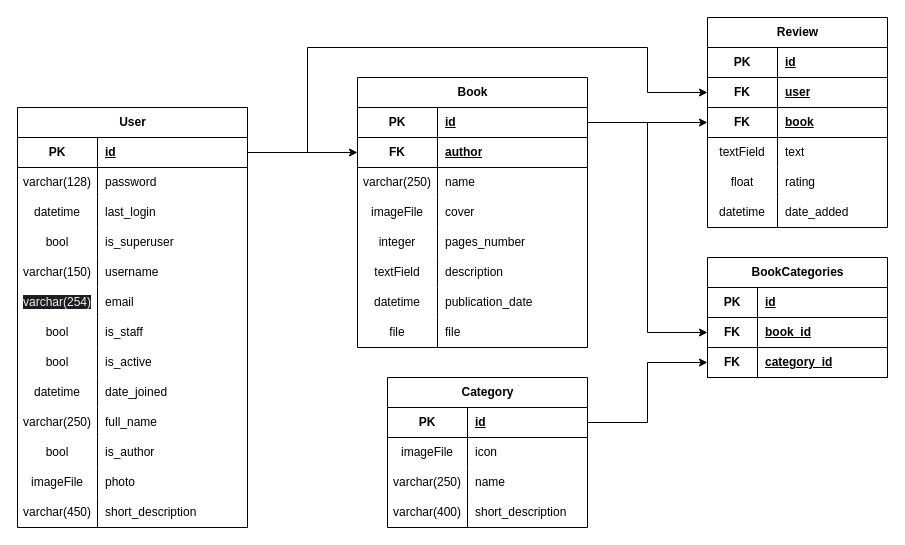
olegmishutin/New-authors keeps this draw.io diagram as server/database_diagram.drawio. Above is the earlier version. Source tidied: cells renumbered, new cells numbered last; positions are measured from the earlier drawing's top-left corner, leaving out a move shared by most shapes. Both pictures are drawn from the tidied source at 100%, with x=0, y=0 at pixel (17, 17).
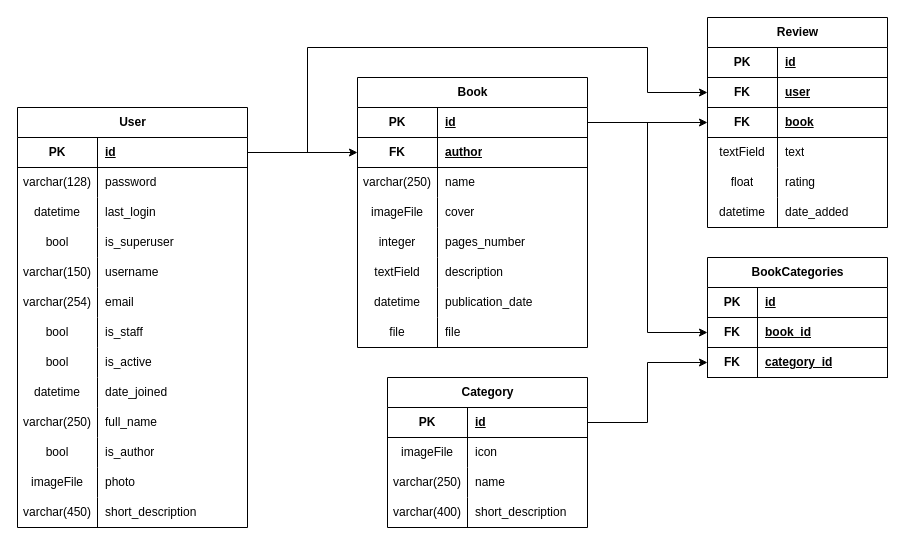
The same page after the edit.

The change refers to these unchanged cells:
```xml
<mxCell id="18" style="shape=tableRow;horizontal=0;startSize=0;swimlaneHead=0;swimlaneBody=0;fillColor=none;top=0;left=0;right=0;bottom=0;" parent="2" vertex="1">
  <mxGeometry y="180" width="230" height="30" as="geometry" />
</mxCell>
```

Change to the diagram source:
```diff
@@
-    <mxCell id="19" value="&lt;span style=&quot;color: rgb(240, 240, 240); font-family: Helvetica; font-size: 12px; font-style: normal; font-variant-ligatures: normal; font-variant-caps: normal; font-weight: 400; letter-spacing: normal; orphans: 2; text-align: center; text-indent: 0px; text-transform: none; widows: 2; word-spacing: 0px; -webkit-text-stroke-width: 0px; background-color: rgb(27, 29, 30); text-decoration-thickness: initial; text-decoration-style: initial; text-decoration-color: initial; float: none; display: inline !important;&quot;&gt;varchar(254)&lt;/span&gt;" style="shape=partialRectangle;fillColor=none;top=0;left=0;bottom=0;right=0;overflow=hidden;whiteSpace=wrap;html=1;" parent="18" vertex="1">
+    <mxCell id="19" value="&lt;span style=&quot;font-family: Helvetica; font-size: 12px; font-style: normal; font-variant-ligatures: normal; font-variant-caps: normal; font-weight: 400; letter-spacing: normal; orphans: 2; text-align: center; text-indent: 0px; text-transform: none; widows: 2; word-spacing: 0px; -webkit-text-stroke-width: 0px; text-decoration-thickness: initial; text-decoration-style: initial; text-decoration-color: initial; float: none; display: inline !important;&quot;&gt;varchar(254)&lt;/span&gt;" style="shape=partialRectangle;fillColor=none;top=0;left=0;bottom=0;right=0;overflow=hidden;whiteSpace=wrap;html=1;" parent="18" vertex="1">
       <mxGeometry width="80" height="30" as="geometry" />
     </mxCell>
```
